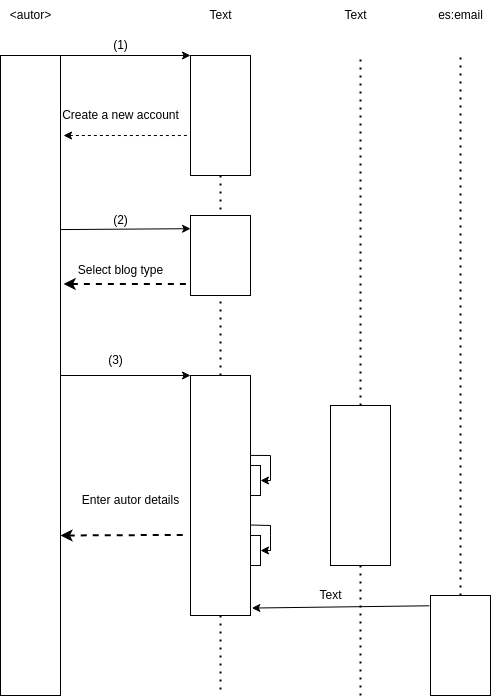
This is Casos de secuencia/Ejemplo de clase/Secuencia.drawio.png from JVC0/ETS, a draw.io export, as it was before one commit. Source tidied: cells renumbered, new cells last; positions are measured from the earlier drawing's top-left corner, leaving out a move shared by most shapes.
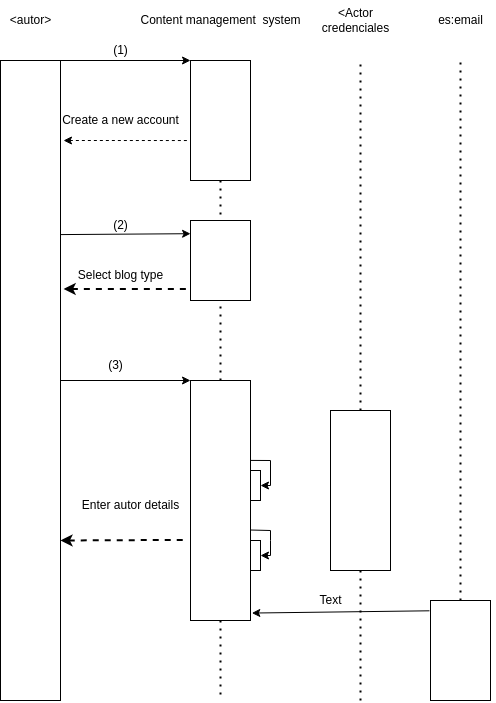
After the change.

Change to the diagram source:
```diff
@@ -26,11 +26,11 @@
     <mxCell id="9" value="es:email" style="text;html=1;align=center;verticalAlign=middle;strokeColor=none;fillColor=none;" parent="1" vertex="1">
       <mxGeometry x="425" width="70" height="30" as="geometry" />
     </mxCell>
-    <mxCell id="10" value="Text" style="text;html=1;align=center;verticalAlign=middle;strokeColor=none;fillColor=none;" parent="1" vertex="1">
-      <mxGeometry x="330" width="50" height="30" as="geometry" />
+    <mxCell id="10" value="&amp;lt;Actor&lt;br&gt;credenciales" style="text;html=1;align=center;verticalAlign=middle;strokeColor=none;fillColor=none;" parent="1" vertex="1">
+      <mxGeometry x="310" y="-5" width="90" height="40" as="geometry" />
     </mxCell>
-    <mxCell id="11" value="Text" style="text;html=1;align=center;verticalAlign=middle;strokeColor=none;fillColor=none;" parent="1" vertex="1">
-      <mxGeometry x="195" width="50" height="30" as="geometry" />
+    <mxCell id="11" value="Content management&amp;nbsp; system" style="text;html=1;align=center;verticalAlign=middle;strokeColor=none;fillColor=none;" parent="1" vertex="1">
+      <mxGeometry x="130" width="180" height="30" as="geometry" />
     </mxCell>
     <mxCell id="12" style="endArrow=classic;html=1;exitX=1;exitY=0;exitDx=0;exitDy=0;entryX=0;entryY=0;entryDx=0;entryDy=0;" parent="1" edge="1" source="2" target="3">
       <mxGeometry relative="1" as="geometry" />
```
